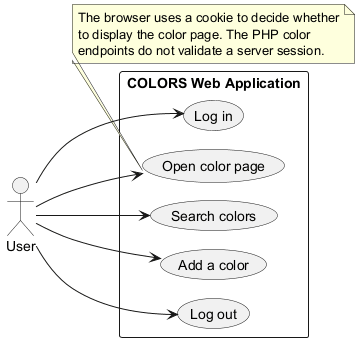
Earlier version of the PlantUML export docs/uml/usecase.png (MelindaM4y/POOSD-COLORS-Lab).
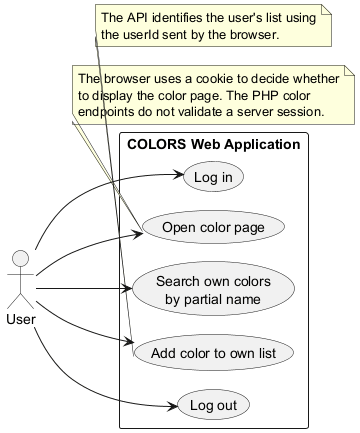
After the change.

Commit message:
Align usecase UML diagram with LAMP handout

Change to the diagram source:
```diff
@@ -8,8 +8,8 @@
 rectangle "COLORS Web Application" {
   usecase "Log in" as Login
   usecase "Open color page" as OpenColors
-  usecase "Search colors" as SearchColors
-  usecase "Add a color" as AddColor
+  usecase "Search own colors\nby partial name" as SearchColors
+  usecase "Add color to own list" as AddColor
   usecase "Log out" as Logout
 }
 
@@ -24,4 +24,9 @@
 to display the color page. The PHP color
 endpoints do not validate a server session.
 end note
+
+note bottom of AddColor
+The API identifies the user's list using
+the userId sent by the browser.
+end note
 @enduml
```
